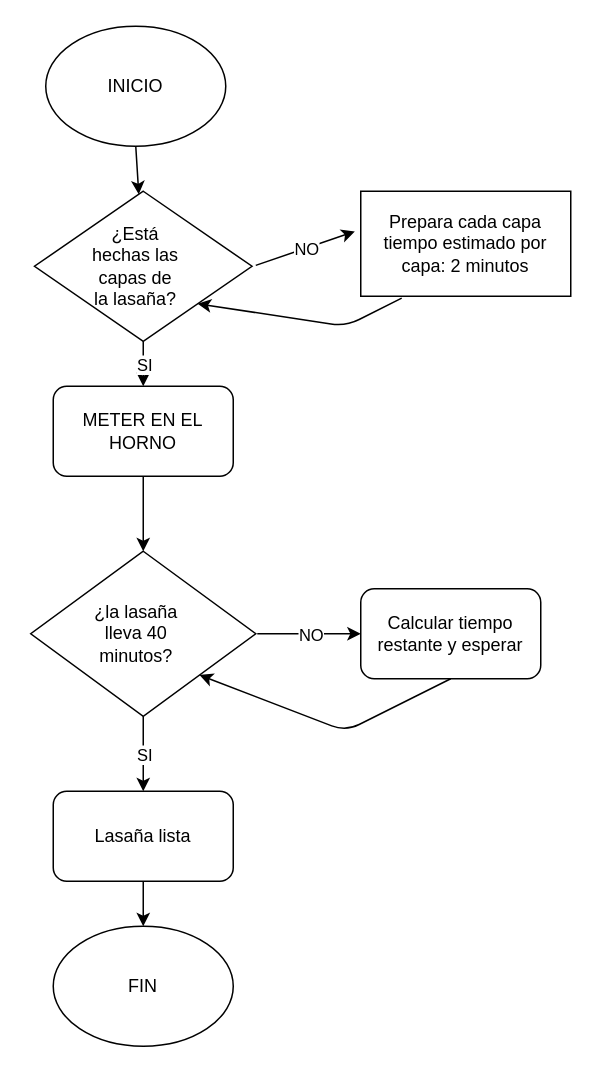
Before: diagrama.drawio in valuvilla/tarea-de-la-lasanya, a draw.io diagram. Source tidied: cells renumbered, new cells numbered last; positions are measured from the earlier drawing's top-left corner, leaving out a move shared by most shapes. Both pictures are drawn from the tidied source at 150%, with x=0, y=0 at pixel (30, 26).
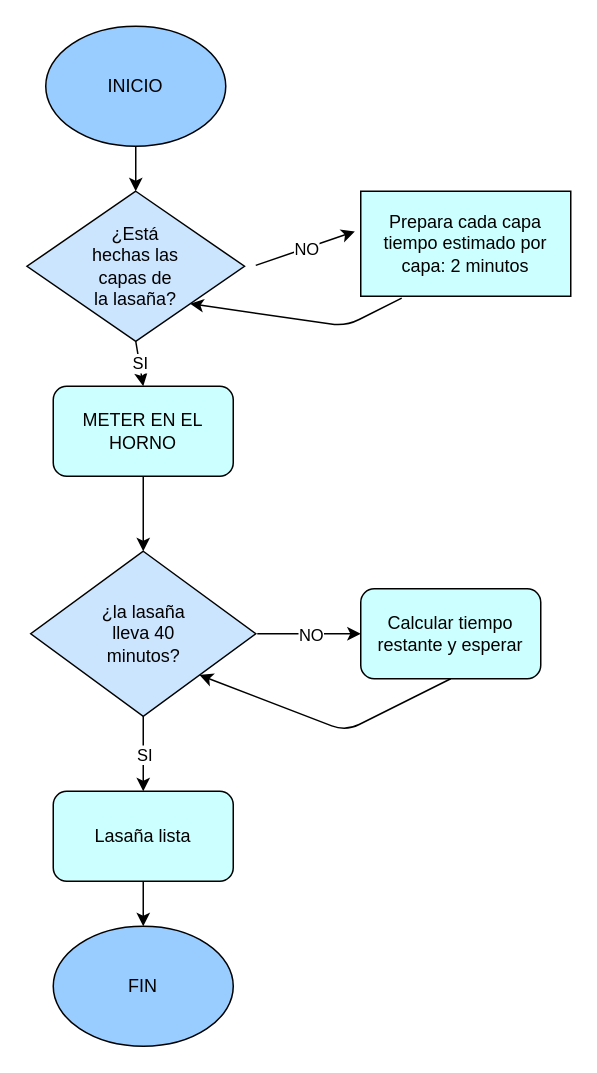
After the change.

Commit message:
diagrama colores

Diff of the diagram source:
```diff
@@
-    <mxCell id="3" value="INICIO" style="ellipse;whiteSpace=wrap;html=1;" parent="1" vertex="1">
+    <mxCell id="3" value="INICIO" style="ellipse;whiteSpace=wrap;html=1;fillColor=#99CCFF;" parent="1" vertex="1">
       <mxGeometry x="10" width="120" height="80" as="geometry" />
     </mxCell>
-    <mxCell id="4" style="rhombus;whiteSpace=wrap;html=1;" parent="1" vertex="1">
-      <mxGeometry x="2.5" y="110" width="145" height="100" as="geometry" />
+    <mxCell id="4" style="rhombus;whiteSpace=wrap;html=1;fillColor=#CCE5FF;" parent="1" vertex="1">
+      <mxGeometry x="-2.5" y="110" width="145" height="100" as="geometry" />
     </mxCell>
@@
-    <mxCell id="6" value="Prepara cada capa&lt;br&gt;tiempo estimado por capa: 2 minutos" style="rounded=0;whiteSpace=wrap;html=1;" parent="1" vertex="1">
+    <mxCell id="6" value="Prepara cada capa&lt;br&gt;tiempo estimado por capa: 2 minutos" style="rounded=0;whiteSpace=wrap;html=1;fillColor=#CCFFFF;" parent="1" vertex="1">
       <mxGeometry x="220" y="110" width="140" height="70" as="geometry" />
     </mxCell>
@@
-    <mxCell id="8" value="METER EN EL HORNO" style="rounded=1;whiteSpace=wrap;html=1;" parent="1" vertex="1">
+    <mxCell id="8" value="METER EN EL HORNO" style="rounded=1;whiteSpace=wrap;html=1;fillColor=#CCFFFF;" parent="1" vertex="1">
       <mxGeometry x="15" y="240" width="120" height="60" as="geometry" />
     </mxCell>
-    <mxCell id="9" style="rhombus;whiteSpace=wrap;html=1;" parent="1" vertex="1">
+    <mxCell id="9" style="rhombus;whiteSpace=wrap;html=1;fillColor=#CCE5FF;" parent="1" vertex="1">
       <mxGeometry y="350" width="150" height="110" as="geometry" />
     </mxCell>
     <mxCell id="10" value="¿la lasaña lleva 40 minutos?" style="text;html=1;strokeColor=none;fillColor=none;align=center;verticalAlign=middle;whiteSpace=wrap;rounded=0;" parent="1" vertex="1">
-      <mxGeometry x="32.5" y="380" width="75" height="50" as="geometry" />
+      <mxGeometry x="37.5" y="380" width="75" height="50" as="geometry" />
     </mxCell>
@@
-    <mxCell id="12" value="Lasaña lista" style="rounded=1;whiteSpace=wrap;html=1;" parent="1" vertex="1">
+    <mxCell id="12" value="Lasaña lista" style="rounded=1;whiteSpace=wrap;html=1;fillColor=#CCFFFF;" parent="1" vertex="1">
       <mxGeometry x="15" y="510" width="120" height="60" as="geometry" />
     </mxCell>
-    <mxCell id="13" value="Calcular tiempo restante y esperar" style="rounded=1;whiteSpace=wrap;html=1;" parent="1" vertex="1">
+    <mxCell id="13" value="Calcular tiempo restante y esperar" style="rounded=1;whiteSpace=wrap;html=1;fillColor=#CCFFFF;" parent="1" vertex="1">
       <mxGeometry x="220" y="375" width="120" height="60" as="geometry" />
     </mxCell>
@@
-    <mxCell id="24" value="FIN" style="ellipse;whiteSpace=wrap;html=1;" parent="1" vertex="1">
+    <mxCell id="24" value="FIN" style="ellipse;whiteSpace=wrap;html=1;fillColor=#99CCFF;" parent="1" vertex="1">
       <mxGeometry x="15" y="600" width="120" height="80" as="geometry" />
     </mxCell>
```
